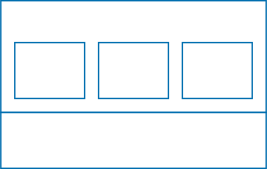
Above: diagrams/Type_1_Hypervisor.svg in ucudal/ANDIS_Conceptos (draw.io), before the change. Source tidied: cells renumbered, new cells last; positions are measured from the earlier drawing's top-left corner, leaving out a move shared by most shapes.
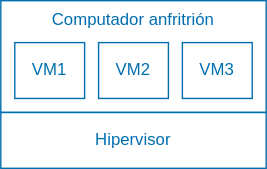
Later version of the same file.

Diff of the diagram source:
```diff
@@ -2,19 +2,19 @@
   <root>
     <mxCell id="0" />
     <mxCell id="1" parent="0" />
-    <mxCell id="2" value="Computador anfritrión" style="rounded=0;whiteSpace=wrap;html=1;fillColor=none;fontColor=light-dark(#FFFFFF,#006EAF);strokeColor=light-dark(#006EAF,#006EAF);verticalAlign=top;" parent="1" vertex="1">
+    <mxCell id="2" value="Computador anfritrión" style="rounded=0;whiteSpace=wrap;html=1;fillColor=none;fontColor=light-dark(#006EAF,#006EAF);strokeColor=light-dark(#006EAF,#006EAF);verticalAlign=top;" parent="1" vertex="1">
       <mxGeometry width="190" height="80" as="geometry" />
     </mxCell>
-    <mxCell id="3" value="Hipervisor" style="rounded=0;whiteSpace=wrap;html=1;fillColor=none;fontColor=light-dark(#FFFFFF,#006EAF);strokeColor=light-dark(#006EAF,#006EAF);" parent="1" vertex="1">
+    <mxCell id="3" value="Hipervisor" style="rounded=0;whiteSpace=wrap;html=1;fillColor=none;fontColor=light-dark(#006EAF,#006EAF);strokeColor=light-dark(#006EAF,#006EAF);" parent="1" vertex="1">
       <mxGeometry y="80" width="190" height="40" as="geometry" />
     </mxCell>
-    <mxCell id="4" value="VM1" style="rounded=0;whiteSpace=wrap;html=1;fillColor=none;fontColor=light-dark(#FFFFFF,#006EAF);strokeColor=light-dark(#006EAF,#006EAF);" parent="1" vertex="1">
+    <mxCell id="4" value="VM1" style="rounded=0;whiteSpace=wrap;html=1;fillColor=none;fontColor=light-dark(#006EAF,#006EAF);strokeColor=light-dark(#006EAF,#006EAF);" parent="1" vertex="1">
       <mxGeometry x="10" y="30" width="50" height="40" as="geometry" />
     </mxCell>
-    <mxCell id="5" value="VM2" style="rounded=0;whiteSpace=wrap;html=1;fillColor=none;fontColor=light-dark(#FFFFFF,#006EAF);strokeColor=light-dark(#006EAF,#006EAF);" parent="1" vertex="1">
+    <mxCell id="5" value="VM2" style="rounded=0;whiteSpace=wrap;html=1;fillColor=none;fontColor=light-dark(#006EAF,#006EAF);strokeColor=light-dark(#006EAF,#006EAF);" parent="1" vertex="1">
       <mxGeometry x="70" y="30" width="50" height="40" as="geometry" />
     </mxCell>
-    <mxCell id="6" value="VM3" style="rounded=0;whiteSpace=wrap;html=1;fillColor=none;fontColor=light-dark(#FFFFFF,#006EAF);strokeColor=light-dark(#006EAF,#006EAF);" parent="1" vertex="1">
+    <mxCell id="6" value="VM3" style="rounded=0;whiteSpace=wrap;html=1;fillColor=none;fontColor=light-dark(#006EAF,#006EAF);strokeColor=light-dark(#006EAF,#006EAF);" parent="1" vertex="1">
       <mxGeometry x="130" y="30" width="50" height="40" as="geometry" />
     </mxCell>
   </root>
```
